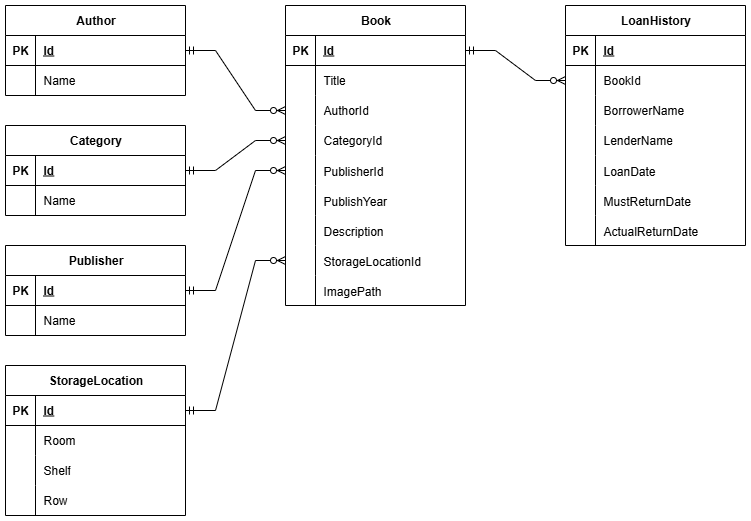
Above: PersonalLibraryManagement/Documents/ERD_Personal_Library_Management.png in imxuanmanh/PersonalLibraryManagement (draw.io), before the change. Source tidied: cells renumbered, new cells last; positions are measured from the earlier drawing's top-left corner, leaving out a move shared by most shapes.
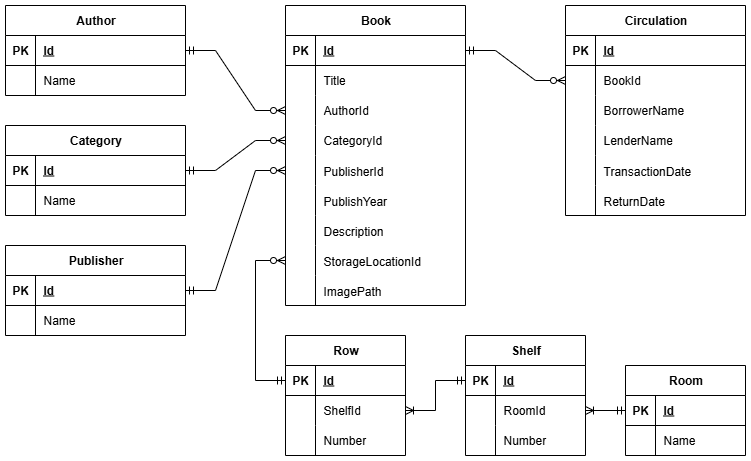
The same diagram one commit later.

What changed in the source:
```diff
@@ -149,45 +149,6 @@
     <mxCell id="50" value="Name" style="shape=partialRectangle;fillColor=none;top=0;left=0;bottom=0;right=0;align=left;spacingLeft=6;overflow=hidden;whiteSpace=wrap;html=1;" parent="48" vertex="1">
       <mxGeometry x="30" width="150" height="30" as="geometry" />
     </mxCell>
-    <mxCell id="51" value="StorageLocation" style="shape=table;startSize=30;rowLines=0;fontStyle=1;align=center;html=1;" parent="1" vertex="1">
-      <mxGeometry y="360" width="180" height="150" as="geometry" />
-    </mxCell>
-    <mxCell id="52" style="shape=tableRow;horizontal=0;startSize=0;swimlaneHead=0;swimlaneBody=0;fillColor=none;points=[[0,0.5],[1,0.5]];portConstraint=eastwest;top=0;left=0;right=0;bottom=1;" parent="51" vertex="1">
-      <mxGeometry y="30" width="180" height="30" as="geometry" />
-    </mxCell>
-    <mxCell id="53" value="PK" style="shape=partialRectangle;fillColor=none;top=0;left=0;bottom=0;right=0;fontStyle=1;overflow=hidden;whiteSpace=wrap;html=1;" parent="52" vertex="1">
-      <mxGeometry width="30" height="30" as="geometry" />
-    </mxCell>
-    <mxCell id="54" value="Id" style="shape=partialRectangle;fillColor=none;top=0;left=0;bottom=0;right=0;align=left;spacingLeft=6;fontStyle=5;overflow=hidden;whiteSpace=wrap;html=1;" parent="52" vertex="1">
-      <mxGeometry x="30" width="150" height="30" as="geometry" />
-    </mxCell>
-    <mxCell id="55" style="shape=tableRow;horizontal=0;startSize=0;swimlaneHead=0;swimlaneBody=0;fillColor=none;top=0;left=0;right=0;bottom=0;" parent="51" vertex="1">
-      <mxGeometry y="60" width="180" height="30" as="geometry" />
-    </mxCell>
-    <mxCell id="56" style="shape=partialRectangle;fillColor=none;top=0;left=0;bottom=0;right=0;overflow=hidden;whiteSpace=wrap;html=1;" parent="55" vertex="1">
-      <mxGeometry width="30" height="30" as="geometry" />
-    </mxCell>
-    <mxCell id="57" value="Room" style="shape=partialRectangle;fillColor=none;top=0;left=0;bottom=0;right=0;align=left;spacingLeft=6;overflow=hidden;whiteSpace=wrap;html=1;" parent="55" vertex="1">
-      <mxGeometry x="30" width="150" height="30" as="geometry" />
-    </mxCell>
-    <mxCell id="58" style="shape=tableRow;horizontal=0;startSize=0;swimlaneHead=0;swimlaneBody=0;fillColor=none;top=0;left=0;right=0;bottom=0;" parent="51" vertex="1">
-      <mxGeometry y="90" width="180" height="30" as="geometry" />
-    </mxCell>
-    <mxCell id="59" style="shape=partialRectangle;fillColor=none;top=0;left=0;bottom=0;right=0;overflow=hidden;whiteSpace=wrap;html=1;" parent="58" vertex="1">
-      <mxGeometry width="30" height="30" as="geometry" />
-    </mxCell>
-    <mxCell id="60" value="Shelf" style="shape=partialRectangle;fillColor=none;top=0;left=0;bottom=0;right=0;align=left;spacingLeft=6;overflow=hidden;whiteSpace=wrap;html=1;" parent="58" vertex="1">
-      <mxGeometry x="30" width="150" height="30" as="geometry" />
-    </mxCell>
-    <mxCell id="61" style="shape=tableRow;horizontal=0;startSize=0;swimlaneHead=0;swimlaneBody=0;fillColor=none;top=0;left=0;right=0;bottom=0;" parent="51" vertex="1">
-      <mxGeometry y="120" width="180" height="30" as="geometry" />
-    </mxCell>
-    <mxCell id="62" style="shape=partialRectangle;fillColor=none;top=0;left=0;bottom=0;right=0;overflow=hidden;whiteSpace=wrap;html=1;" parent="61" vertex="1">
-      <mxGeometry width="30" height="30" as="geometry" />
-    </mxCell>
-    <mxCell id="63" value="Row" style="shape=partialRectangle;fillColor=none;top=0;left=0;bottom=0;right=0;align=left;spacingLeft=6;overflow=hidden;whiteSpace=wrap;html=1;" parent="61" vertex="1">
-      <mxGeometry x="30" width="150" height="30" as="geometry" />
-    </mxCell>
     <mxCell id="64" style="edgeStyle=entityRelationEdgeStyle;fontSize=12;html=1;endArrow=ERzeroToMany;startArrow=ERmandOne;rounded=0;exitX=1;exitY=0.5;exitDx=0;exitDy=0;entryX=0;entryY=0.5;entryDx=0;entryDy=0;" parent="1" edge="1" source="31" target="9">
       <mxGeometry relative="1" as="geometry" />
     </mxCell>
@@ -197,11 +158,16 @@
     <mxCell id="66" style="edgeStyle=entityRelationEdgeStyle;fontSize=12;html=1;endArrow=ERzeroToMany;startArrow=ERmandOne;rounded=0;exitX=1;exitY=0.5;exitDx=0;exitDy=0;entryX=0;entryY=0.5;entryDx=0;entryDy=0;" parent="1" edge="1" source="45" target="15">
       <mxGeometry relative="1" as="geometry" />
     </mxCell>
-    <mxCell id="67" style="edgeStyle=entityRelationEdgeStyle;fontSize=12;html=1;endArrow=ERzeroToMany;startArrow=ERmandOne;rounded=0;exitX=1;exitY=0.5;exitDx=0;exitDy=0;entryX=0;entryY=0.5;entryDx=0;entryDy=0;" parent="1" edge="1" source="52" target="24">
-      <mxGeometry relative="1" as="geometry" />
+    <mxCell id="67" style="edgeStyle=orthogonalEdgeStyle;fontSize=12;html=1;endArrow=ERzeroToMany;startArrow=ERmandOne;rounded=0;exitX=0;exitY=0.5;exitDx=0;exitDy=0;entryX=0;entryY=0.5;entryDx=0;entryDy=0;" parent="1" edge="1" source="106" target="24">
+      <mxGeometry relative="1" as="geometry">
+        <Array as="points">
+          <mxPoint x="250" y="375" />
+          <mxPoint x="250" y="255" />
+        </Array>
+      </mxGeometry>
     </mxCell>
-    <mxCell id="68" value="LoanHistory" style="shape=table;startSize=30;rowLines=0;fontStyle=1;align=center;html=1;" parent="1" vertex="1">
-      <mxGeometry x="560" width="180" height="240" as="geometry" />
+    <mxCell id="68" value="Circulation" style="shape=table;startSize=30;rowLines=0;fontStyle=1;align=center;html=1;" parent="1" vertex="1">
+      <mxGeometry x="560" width="180" height="210" as="geometry" />
     </mxCell>
     <mxCell id="69" style="shape=tableRow;horizontal=0;startSize=0;swimlaneHead=0;swimlaneBody=0;fillColor=none;top=0;left=0;right=0;bottom=1;" parent="68" vertex="1">
       <mxGeometry y="30" width="180" height="30" as="geometry" />
@@ -245,7 +211,7 @@
     <mxCell id="82" style="shape=partialRectangle;fillColor=none;top=0;left=0;bottom=0;right=0;overflow=hidden;" parent="81" vertex="1">
       <mxGeometry width="30" height="30" as="geometry" />
     </mxCell>
-    <mxCell id="83" value="LoanDate" style="shape=partialRectangle;fillColor=none;top=0;left=0;bottom=0;right=0;align=left;spacingLeft=6;overflow=hidden;" parent="81" vertex="1">
+    <mxCell id="83" value="TransactionDate" style="shape=partialRectangle;fillColor=none;top=0;left=0;bottom=0;right=0;align=left;spacingLeft=6;overflow=hidden;" parent="81" vertex="1">
       <mxGeometry x="30" width="150" height="30" as="geometry" />
     </mxCell>
     <mxCell id="84" style="shape=tableRow;horizontal=0;startSize=0;swimlaneHead=0;swimlaneBody=0;fillColor=none;top=0;left=0;right=0;bottom=0;" parent="68" vertex="1">
@@ -254,20 +220,98 @@
     <mxCell id="85" style="shape=partialRectangle;fillColor=none;top=0;left=0;bottom=0;right=0;overflow=hidden;" parent="84" vertex="1">
       <mxGeometry width="30" height="30" as="geometry" />
     </mxCell>
-    <mxCell id="86" value="MustReturnDate" style="shape=partialRectangle;fillColor=none;top=0;left=0;bottom=0;right=0;align=left;spacingLeft=6;overflow=hidden;" parent="84" vertex="1">
+    <mxCell id="86" value="ReturnDate" style="shape=partialRectangle;fillColor=none;top=0;left=0;bottom=0;right=0;align=left;spacingLeft=6;overflow=hidden;" parent="84" vertex="1">
       <mxGeometry x="30" width="150" height="30" as="geometry" />
     </mxCell>
-    <mxCell id="87" style="shape=tableRow;horizontal=0;startSize=0;swimlaneHead=0;swimlaneBody=0;fillColor=none;top=0;left=0;right=0;bottom=0;" parent="68" vertex="1">
-      <mxGeometry y="210" width="180" height="30" as="geometry" />
-    </mxCell>
-    <mxCell id="88" style="shape=partialRectangle;fillColor=none;top=0;left=0;bottom=0;right=0;overflow=hidden;" parent="87" vertex="1">
-      <mxGeometry width="30" height="30" as="geometry" />
-    </mxCell>
-    <mxCell id="89" value="ActualReturnDate" style="shape=partialRectangle;fillColor=none;top=0;left=0;bottom=0;right=0;align=left;spacingLeft=6;overflow=hidden;" parent="87" vertex="1">
-      <mxGeometry x="30" width="150" height="30" as="geometry" />
-    </mxCell>
     <mxCell id="90" style="edgeStyle=entityRelationEdgeStyle;fontSize=12;html=1;endArrow=ERzeroToMany;startArrow=ERmandOne;rounded=0;exitX=1;exitY=0.5;exitDx=0;exitDy=0;entryX=0;entryY=0.5;entryDx=0;entryDy=0;" parent="1" edge="1" source="3" target="72">
       <mxGeometry relative="1" as="geometry" />
     </mxCell>
+    <mxCell id="60" value="Shelf" style="shape=table;startSize=30;rowLines=0;fontStyle=1;align=center;html=1;" parent="1" vertex="1">
+      <mxGeometry x="460" y="330" width="120" height="120" as="geometry" />
+    </mxCell>
+    <mxCell id="91" style="shape=tableRow;horizontal=0;startSize=0;swimlaneHead=0;swimlaneBody=0;fillColor=none;points=[[0,0.5],[1,0.5]];portConstraint=eastwest;top=0;left=0;right=0;bottom=1;" parent="60" vertex="1">
+      <mxGeometry y="30" width="120" height="30" as="geometry" />
+    </mxCell>
+    <mxCell id="92" value="PK" style="shape=partialRectangle;fillColor=none;top=0;left=0;bottom=0;right=0;fontStyle=1;overflow=hidden;whiteSpace=wrap;html=1;" parent="91" vertex="1">
+      <mxGeometry width="30" height="30" as="geometry" />
+    </mxCell>
+    <mxCell id="93" value="Id" style="shape=partialRectangle;fillColor=none;top=0;left=0;bottom=0;right=0;align=left;spacingLeft=6;fontStyle=5;overflow=hidden;whiteSpace=wrap;html=1;" parent="91" vertex="1">
+      <mxGeometry x="30" width="90" height="30" as="geometry" />
+    </mxCell>
+    <mxCell id="94" style="shape=tableRow;horizontal=0;startSize=0;swimlaneHead=0;swimlaneBody=0;fillColor=none;points=[[0,0.5],[1,0.5]];portConstraint=eastwest;top=0;left=0;right=0;bottom=0;" parent="60" vertex="1">
+      <mxGeometry y="60" width="120" height="30" as="geometry" />
+    </mxCell>
+    <mxCell id="95" style="shape=partialRectangle;fillColor=none;top=0;left=0;bottom=0;right=0;overflow=hidden;whiteSpace=wrap;html=1;" parent="94" vertex="1">
+      <mxGeometry width="30" height="30" as="geometry" />
+    </mxCell>
+    <mxCell id="96" value="RoomId" style="shape=partialRectangle;fillColor=none;top=0;left=0;bottom=0;right=0;align=left;spacingLeft=6;overflow=hidden;whiteSpace=wrap;html=1;" parent="94" vertex="1">
+      <mxGeometry x="30" width="90" height="30" as="geometry" />
+    </mxCell>
+    <mxCell id="97" style="shape=tableRow;horizontal=0;startSize=0;swimlaneHead=0;swimlaneBody=0;fillColor=none;top=0;left=0;right=0;bottom=0;" parent="60" vertex="1">
+      <mxGeometry y="90" width="120" height="30" as="geometry" />
+    </mxCell>
+    <mxCell id="98" style="shape=partialRectangle;fillColor=none;top=0;left=0;bottom=0;right=0;overflow=hidden;whiteSpace=wrap;html=1;" parent="97" vertex="1">
+      <mxGeometry width="30" height="30" as="geometry" />
+    </mxCell>
+    <mxCell id="99" value="Number" style="shape=partialRectangle;fillColor=none;top=0;left=0;bottom=0;right=0;align=left;spacingLeft=6;overflow=hidden;whiteSpace=wrap;html=1;" parent="97" vertex="1">
+      <mxGeometry x="30" width="90" height="30" as="geometry" />
+    </mxCell>
+    <mxCell id="57" value="Room" style="shape=table;startSize=30;rowLines=0;fontStyle=1;align=center;html=1;" parent="1" vertex="1">
+      <mxGeometry x="620" y="360" width="120" height="90" as="geometry" />
+    </mxCell>
+    <mxCell id="100" style="shape=tableRow;horizontal=0;startSize=0;swimlaneHead=0;swimlaneBody=0;fillColor=none;points=[[0,0.5],[1,0.5]];portConstraint=eastwest;top=0;left=0;right=0;bottom=1;" parent="57" vertex="1">
+      <mxGeometry y="30" width="120" height="30" as="geometry" />
+    </mxCell>
+    <mxCell id="101" value="PK" style="shape=partialRectangle;fillColor=none;top=0;left=0;bottom=0;right=0;fontStyle=1;overflow=hidden;whiteSpace=wrap;html=1;" parent="100" vertex="1">
+      <mxGeometry width="30" height="30" as="geometry" />
+    </mxCell>
+    <mxCell id="102" value="Id" style="shape=partialRectangle;fillColor=none;top=0;left=0;bottom=0;right=0;align=left;spacingLeft=6;fontStyle=5;overflow=hidden;whiteSpace=wrap;html=1;" parent="100" vertex="1">
+      <mxGeometry x="30" width="90" height="30" as="geometry" />
+    </mxCell>
+    <mxCell id="103" style="shape=tableRow;horizontal=0;startSize=0;swimlaneHead=0;swimlaneBody=0;fillColor=none;top=0;left=0;right=0;bottom=0;" parent="57" vertex="1">
+      <mxGeometry y="60" width="120" height="30" as="geometry" />
+    </mxCell>
+    <mxCell id="104" style="shape=partialRectangle;fillColor=none;top=0;left=0;bottom=0;right=0;overflow=hidden;whiteSpace=wrap;html=1;" parent="103" vertex="1">
+      <mxGeometry width="30" height="30" as="geometry" />
+    </mxCell>
+    <mxCell id="105" value="Name" style="shape=partialRectangle;fillColor=none;top=0;left=0;bottom=0;right=0;align=left;spacingLeft=6;overflow=hidden;whiteSpace=wrap;html=1;" parent="103" vertex="1">
+      <mxGeometry x="30" width="90" height="30" as="geometry" />
+    </mxCell>
+    <mxCell id="63" value="Row" style="shape=table;startSize=30;rowLines=0;fontStyle=1;align=center;html=1;" parent="1" vertex="1">
+      <mxGeometry x="280" y="330" width="120" height="120" as="geometry" />
+    </mxCell>
+    <mxCell id="106" style="shape=tableRow;horizontal=0;startSize=0;swimlaneHead=0;swimlaneBody=0;fillColor=none;points=[[0,0.5],[1,0.5]];portConstraint=eastwest;top=0;left=0;right=0;bottom=1;" parent="63" vertex="1">
+      <mxGeometry y="30" width="120" height="30" as="geometry" />
+    </mxCell>
+    <mxCell id="107" value="PK" style="shape=partialRectangle;fillColor=none;top=0;left=0;bottom=0;right=0;fontStyle=1;overflow=hidden;whiteSpace=wrap;html=1;" parent="106" vertex="1">
+      <mxGeometry width="30" height="30" as="geometry" />
+    </mxCell>
+    <mxCell id="108" value="Id" style="shape=partialRectangle;fillColor=none;top=0;left=0;bottom=0;right=0;align=left;spacingLeft=6;fontStyle=5;overflow=hidden;whiteSpace=wrap;html=1;" parent="106" vertex="1">
+      <mxGeometry x="30" width="90" height="30" as="geometry" />
+    </mxCell>
+    <mxCell id="109" style="shape=tableRow;horizontal=0;startSize=0;swimlaneHead=0;swimlaneBody=0;fillColor=none;points=[[0,0.5],[1,0.5]];portConstraint=eastwest;top=0;left=0;right=0;bottom=0;" parent="63" vertex="1">
+      <mxGeometry y="60" width="120" height="30" as="geometry" />
+    </mxCell>
+    <mxCell id="110" style="shape=partialRectangle;fillColor=none;top=0;left=0;bottom=0;right=0;overflow=hidden;whiteSpace=wrap;html=1;" parent="109" vertex="1">
+      <mxGeometry width="30" height="30" as="geometry" />
+    </mxCell>
+    <mxCell id="111" value="ShelfId" style="shape=partialRectangle;fillColor=none;top=0;left=0;bottom=0;right=0;align=left;spacingLeft=6;overflow=hidden;whiteSpace=wrap;html=1;" parent="109" vertex="1">
+      <mxGeometry x="30" width="90" height="30" as="geometry" />
+    </mxCell>
+    <mxCell id="112" style="shape=tableRow;horizontal=0;startSize=0;swimlaneHead=0;swimlaneBody=0;fillColor=none;top=0;left=0;right=0;bottom=0;" parent="63" vertex="1">
+      <mxGeometry y="90" width="120" height="30" as="geometry" />
+    </mxCell>
+    <mxCell id="113" style="shape=partialRectangle;fillColor=none;top=0;left=0;bottom=0;right=0;overflow=hidden;whiteSpace=wrap;html=1;" parent="112" vertex="1">
+      <mxGeometry width="30" height="30" as="geometry" />
+    </mxCell>
+    <mxCell id="114" value="Number" style="shape=partialRectangle;fillColor=none;top=0;left=0;bottom=0;right=0;align=left;spacingLeft=6;overflow=hidden;whiteSpace=wrap;html=1;" parent="112" vertex="1">
+      <mxGeometry x="30" width="90" height="30" as="geometry" />
+    </mxCell>
+    <mxCell id="115" style="edgeStyle=entityRelationEdgeStyle;fontSize=12;html=1;endArrow=ERoneToMany;startArrow=ERmandOne;rounded=0;entryX=1;entryY=0.5;entryDx=0;entryDy=0;exitX=0;exitY=0.5;exitDx=0;exitDy=0;" parent="1" edge="1" source="91" target="109">
+      <mxGeometry relative="1" as="geometry" />
+    </mxCell>
+    <mxCell id="116" style="edgeStyle=entityRelationEdgeStyle;fontSize=12;html=1;endArrow=ERoneToMany;startArrow=ERmandOne;rounded=0;entryX=1;entryY=0.5;entryDx=0;entryDy=0;exitX=0;exitY=0.5;exitDx=0;exitDy=0;" parent="1" edge="1" source="100" target="94">
+      <mxGeometry relative="1" as="geometry" />
+    </mxCell>
   </root>
 </mxGraphModel>
```
